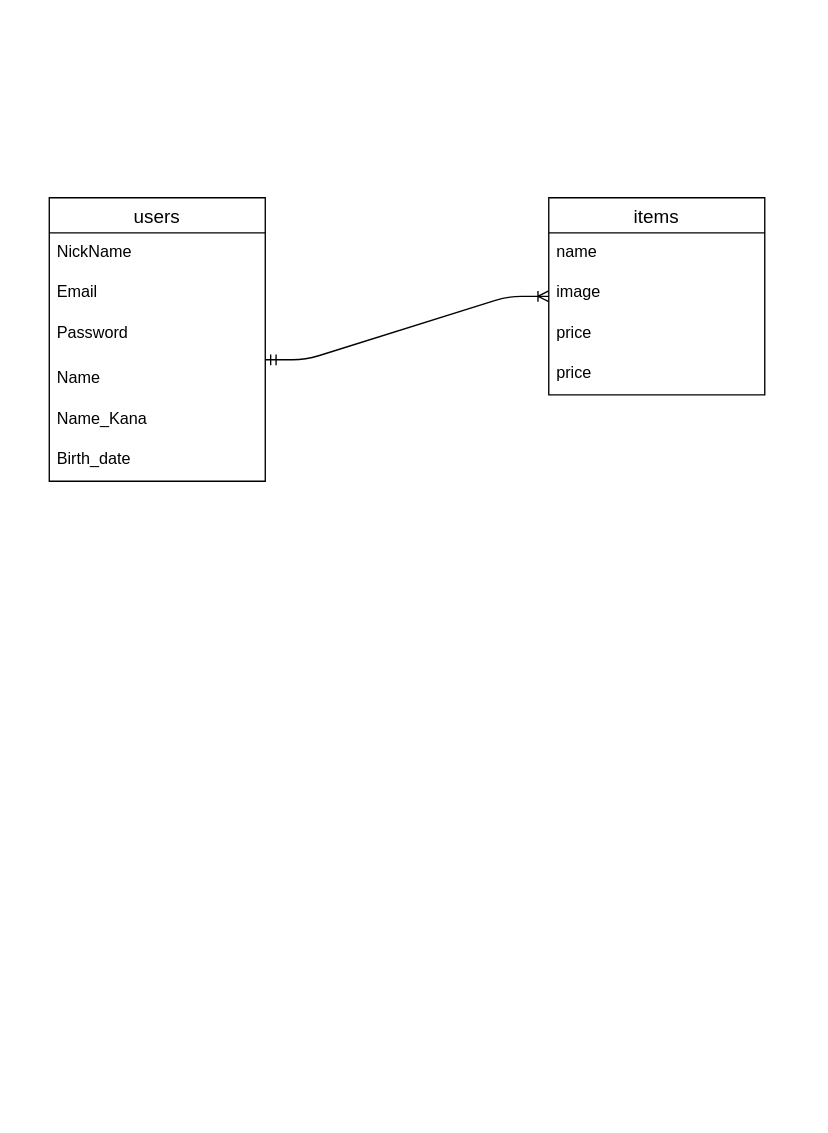
This is ER.dio from ZYO-BAIKER/furima-28664, a draw.io file, before an edit. Source tidied: cells renumbered, new cells numbered last; positions are measured from the earlier drawing's top-left corner, leaving out a move shared by most shapes. Both pictures are drawn from the tidied source at 135%, with x=0, y=0 at pixel (49, 197).
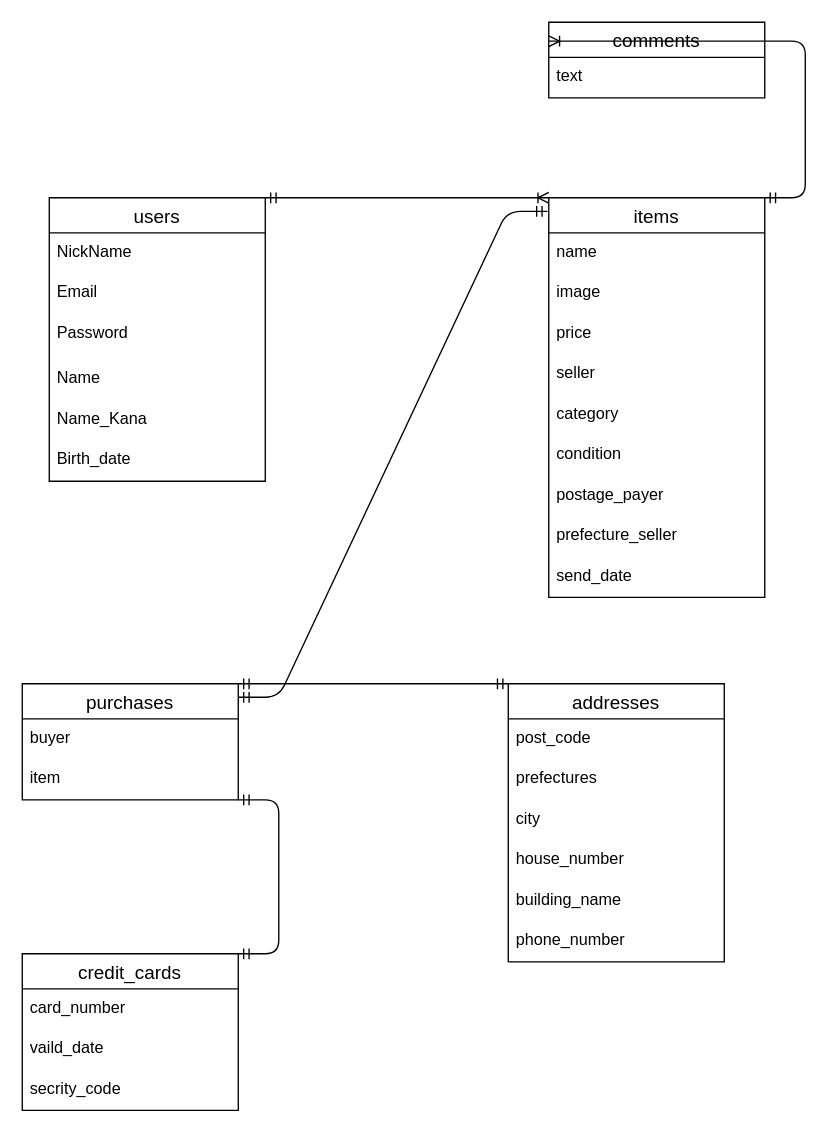
The same page after the edit.

The change refers to these unchanged cells:
```xml
<mxCell id="2" value="users" style="swimlane;fontStyle=0;horizontal=1;startSize=26;align=center;fontSize=14;" parent="1" vertex="1">
  <mxGeometry width="160" height="210" as="geometry" />
</mxCell>
```

What changed in the source:
```diff
@@
-    <mxCell id="9" style="edgeStyle=entityRelationEdgeStyle;fontSize=12;html=1;endArrow=ERoneToMany;startArrow=ERmandOne;" parent="1" edge="1" target="10">
-      <mxGeometry relative="1" as="geometry">
-        <mxPoint x="160" y="120" as="sourcePoint" />
-      </mxGeometry>
+    <mxCell id="9" style="edgeStyle=entityRelationEdgeStyle;fontSize=12;html=1;endArrow=ERoneToMany;startArrow=ERmandOne;entryX=0;entryY=0;entryDx=0;entryDy=0;exitX=1;exitY=0;exitDx=0;exitDy=0;" parent="1" edge="1" source="2" target="10">
+      <mxGeometry relative="1" as="geometry" />
     </mxCell>
     <mxCell id="10" value="items" style="swimlane;fontStyle=0;horizontal=1;startSize=26;align=center;fontSize=14;" parent="1" vertex="1">
-      <mxGeometry x="370" width="160" height="146" as="geometry" />
+      <mxGeometry x="370" width="160" height="296" as="geometry" />
     </mxCell>
@@
-    <mxCell id="14" value="price" style="text;strokeColor=none;fillColor=none;spacingLeft=4;spacingRight=4;overflow=hidden;fontSize=12;" parent="10" vertex="1">
+    <mxCell id="14" value="seller" style="text;strokeColor=none;fillColor=none;spacingLeft=4;spacingRight=4;overflow=hidden;fontSize=12;" parent="10" vertex="1">
       <mxGeometry y="116" width="160" height="30" as="geometry" />
     </mxCell>
+    <mxCell id="15" value="category" style="text;strokeColor=none;fillColor=none;spacingLeft=4;spacingRight=4;overflow=hidden;fontSize=12;" parent="10" vertex="1">
+      <mxGeometry y="146" width="160" height="30" as="geometry" />
+    </mxCell>
+    <mxCell id="16" value="condition" style="text;strokeColor=none;fillColor=none;spacingLeft=4;spacingRight=4;overflow=hidden;fontSize=12;" parent="10" vertex="1">
+      <mxGeometry y="176" width="160" height="30" as="geometry" />
+    </mxCell>
+    <mxCell id="17" value="postage_payer" style="text;strokeColor=none;fillColor=none;spacingLeft=4;spacingRight=4;overflow=hidden;fontSize=12;" parent="10" vertex="1">
+      <mxGeometry y="206" width="160" height="30" as="geometry" />
+    </mxCell>
+    <mxCell id="18" value="prefecture_seller" style="text;strokeColor=none;fillColor=none;spacingLeft=4;spacingRight=4;overflow=hidden;fontSize=12;" parent="10" vertex="1">
+      <mxGeometry y="236" width="160" height="30" as="geometry" />
+    </mxCell>
+    <mxCell id="19" value="send_date" style="text;strokeColor=none;fillColor=none;spacingLeft=4;spacingRight=4;overflow=hidden;fontSize=12;" parent="10" vertex="1">
+      <mxGeometry y="266" width="160" height="30" as="geometry" />
+    </mxCell>
+    <mxCell id="20" style="edgeStyle=entityRelationEdgeStyle;fontSize=12;html=1;endArrow=ERmandOne;startArrow=ERmandOne;entryX=0;entryY=0;entryDx=0;entryDy=0;exitX=1;exitY=0;exitDx=0;exitDy=0;" parent="1" edge="1" source="28" target="21">
+      <mxGeometry relative="1" as="geometry" />
+    </mxCell>
+    <mxCell id="21" value="addresses" style="swimlane;fontStyle=0;horizontal=1;startSize=26;align=center;fontSize=14;" parent="1" vertex="1">
+      <mxGeometry x="340" y="360" width="160" height="206" as="geometry" />
+    </mxCell>
+    <mxCell id="22" value="post_code" style="text;strokeColor=none;fillColor=none;spacingLeft=4;spacingRight=4;overflow=hidden;fontSize=12;" parent="21" vertex="1">
+      <mxGeometry y="26" width="160" height="30" as="geometry" />
+    </mxCell>
+    <mxCell id="23" value="prefectures" style="text;strokeColor=none;fillColor=none;spacingLeft=4;spacingRight=4;overflow=hidden;fontSize=12;" parent="21" vertex="1">
+      <mxGeometry y="56" width="160" height="30" as="geometry" />
+    </mxCell>
+    <mxCell id="24" value="city" style="text;strokeColor=none;fillColor=none;spacingLeft=4;spacingRight=4;overflow=hidden;fontSize=12;" parent="21" vertex="1">
+      <mxGeometry y="86" width="160" height="30" as="geometry" />
+    </mxCell>
+    <mxCell id="25" value="house_number" style="text;strokeColor=none;fillColor=none;spacingLeft=4;spacingRight=4;overflow=hidden;fontSize=12;" parent="21" vertex="1">
+      <mxGeometry y="116" width="160" height="30" as="geometry" />
+    </mxCell>
+    <mxCell id="26" value="building_name" style="text;strokeColor=none;fillColor=none;spacingLeft=4;spacingRight=4;overflow=hidden;fontSize=12;" parent="21" vertex="1">
+      <mxGeometry y="146" width="160" height="30" as="geometry" />
+    </mxCell>
+    <mxCell id="27" value="phone_number" style="text;strokeColor=none;fillColor=none;spacingLeft=4;spacingRight=4;overflow=hidden;fontSize=12;" parent="21" vertex="1">
+      <mxGeometry y="176" width="160" height="30" as="geometry" />
+    </mxCell>
+    <mxCell id="28" value="purchases" style="swimlane;fontStyle=0;horizontal=1;startSize=26;align=center;fontSize=14;" parent="1" vertex="1">
+      <mxGeometry x="-20" y="360" width="160" height="86" as="geometry" />
+    </mxCell>
+    <mxCell id="29" value="buyer" style="text;strokeColor=none;fillColor=none;spacingLeft=4;spacingRight=4;overflow=hidden;fontSize=12;" parent="28" vertex="1">
+      <mxGeometry y="26" width="160" height="30" as="geometry" />
+    </mxCell>
+    <mxCell id="30" value="item" style="text;strokeColor=none;fillColor=none;spacingLeft=4;spacingRight=4;overflow=hidden;fontSize=12;" parent="28" vertex="1">
+      <mxGeometry y="56" width="160" height="30" as="geometry" />
+    </mxCell>
+    <mxCell id="31" value="comments" style="swimlane;fontStyle=0;horizontal=1;startSize=26;align=center;fontSize=14;" parent="1" vertex="1">
+      <mxGeometry x="370" y="-130" width="160" height="56" as="geometry" />
+    </mxCell>
+    <mxCell id="32" value="text" style="text;strokeColor=none;fillColor=none;spacingLeft=4;spacingRight=4;overflow=hidden;fontSize=12;" parent="31" vertex="1">
+      <mxGeometry y="26" width="160" height="30" as="geometry" />
+    </mxCell>
+    <mxCell id="33" value="credit_cards" style="swimlane;fontStyle=0;horizontal=1;startSize=26;align=center;fontSize=14;" parent="1" vertex="1">
+      <mxGeometry x="-20" y="560" width="160" height="116" as="geometry" />
+    </mxCell>
+    <mxCell id="34" value="card_number" style="text;strokeColor=none;fillColor=none;spacingLeft=4;spacingRight=4;overflow=hidden;fontSize=12;" parent="33" vertex="1">
+      <mxGeometry y="26" width="160" height="30" as="geometry" />
+    </mxCell>
+    <mxCell id="35" value="vaild_date" style="text;strokeColor=none;fillColor=none;spacingLeft=4;spacingRight=4;overflow=hidden;fontSize=12;" parent="33" vertex="1">
+      <mxGeometry y="56" width="160" height="30" as="geometry" />
+    </mxCell>
+    <mxCell id="36" value="secrity_code" style="text;strokeColor=none;fillColor=none;spacingLeft=4;spacingRight=4;overflow=hidden;fontSize=12;" parent="33" vertex="1">
+      <mxGeometry y="86" width="160" height="30" as="geometry" />
+    </mxCell>
+    <mxCell id="37" style="edgeStyle=entityRelationEdgeStyle;fontSize=12;html=1;endArrow=ERmandOne;startArrow=ERmandOne;entryX=1;entryY=0;entryDx=0;entryDy=0;exitX=1;exitY=0;exitDx=0;exitDy=0;" parent="1" edge="1" target="33">
+      <mxGeometry relative="1" as="geometry">
+        <mxPoint x="140" y="446" as="sourcePoint" />
+      </mxGeometry>
+    </mxCell>
+    <mxCell id="38" style="edgeStyle=entityRelationEdgeStyle;fontSize=12;html=1;endArrow=ERoneToMany;startArrow=ERmandOne;entryX=0;entryY=0.25;entryDx=0;entryDy=0;" parent="1" edge="1" target="31">
+      <mxGeometry relative="1" as="geometry">
+        <mxPoint x="530" as="sourcePoint" />
+      </mxGeometry>
+    </mxCell>
+    <mxCell id="39" style="edgeStyle=entityRelationEdgeStyle;fontSize=12;html=1;endArrow=ERmandOne;startArrow=ERmandOne;entryX=-0.006;entryY=0.034;entryDx=0;entryDy=0;entryPerimeter=0;" parent="1" edge="1" target="10">
+      <mxGeometry relative="1" as="geometry">
+        <mxPoint x="140" y="370" as="sourcePoint" />
+      </mxGeometry>
+    </mxCell>
```
